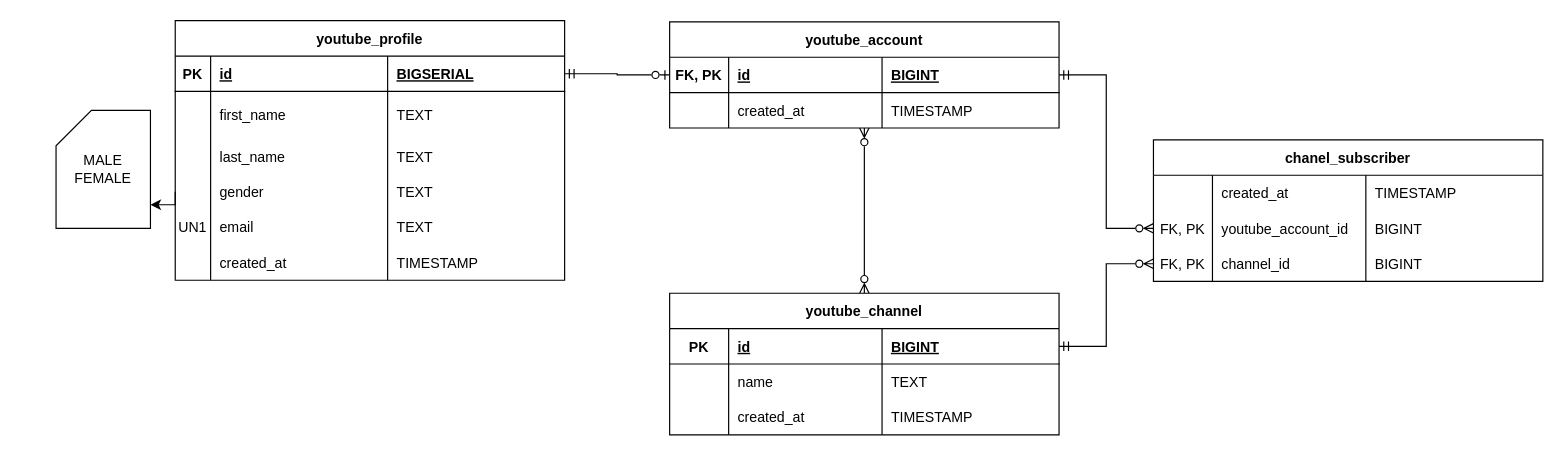
This is Youtube Database Design.drawio from bitsaver/template_database, a draw.io file, before an edit. Source tidied: cells renumbered, new cells numbered last; positions are measured from the earlier drawing's top-left corner, leaving out a move shared by most shapes. Both pictures are drawn from the tidied source at 118%, with x=0, y=0 at pixel (55, 20).
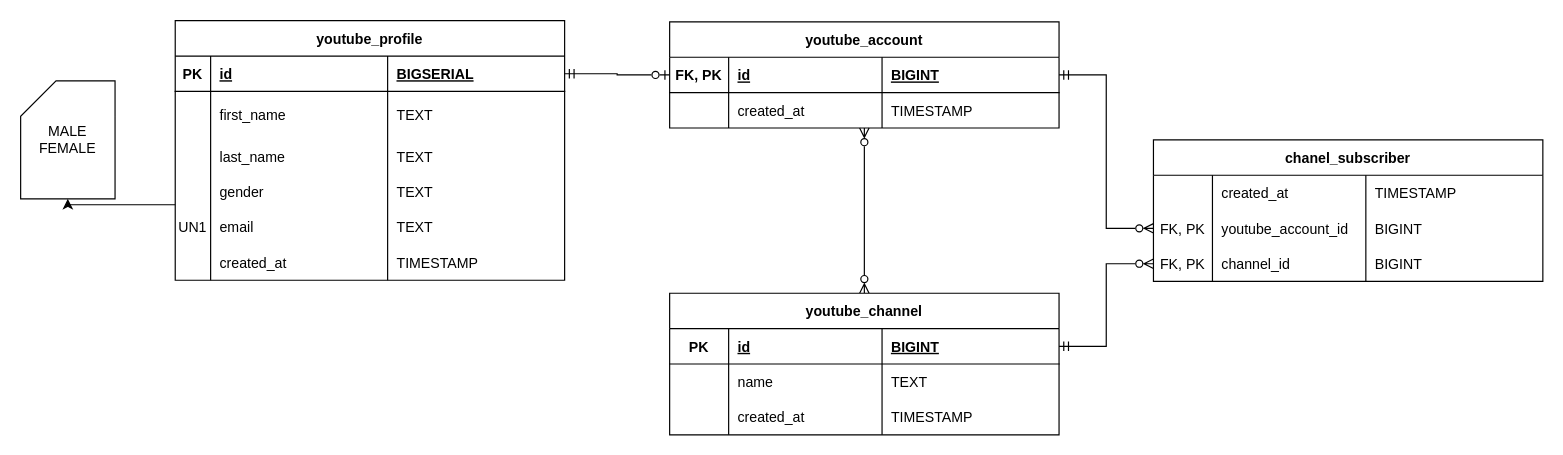
The same page after the edit.

Unchanged cells that the change refers to:
```xml
<mxCell id="15" style="shape=tableRow;horizontal=0;startSize=0;swimlaneHead=0;swimlaneBody=0;fillColor=none;points=[[0,0.5],[1,0.5]];portConstraint=eastwest;top=0;left=0;right=0;bottom=0;" parent="2" vertex="1">
  <mxGeometry y="130" width="330" height="30" as="geometry" />
</mxCell>
```

Diff of the diagram source:
```diff
@@
     <mxCell id="36" value="MALE&lt;br&gt;FEMALE" style="shape=card;whiteSpace=wrap;html=1;" parent="1" vertex="1">
-      <mxGeometry y="76" width="80" height="100" as="geometry" />
+      <mxGeometry x="-30" y="51" width="80" height="100" as="geometry" />
     </mxCell>
-    <mxCell id="37" style="edgeStyle=orthogonalEdgeStyle;rounded=0;jettySize=auto;html=1;exitX=0;exitY=0.5;exitDx=0;exitDy=0;" parent="1" edge="1" source="15" target="36">
+    <mxCell id="37" style="edgeStyle=orthogonalEdgeStyle;rounded=0;jettySize=auto;html=1;" parent="1" edge="1" source="15" target="36">
       <mxGeometry relative="1" as="geometry">
         <Array as="points">
-          <mxPoint x="20" y="156" />
-          <mxPoint x="20" y="156" />
+          <mxPoint x="10" y="156" />
         </Array>
       </mxGeometry>
     </mxCell>
```
